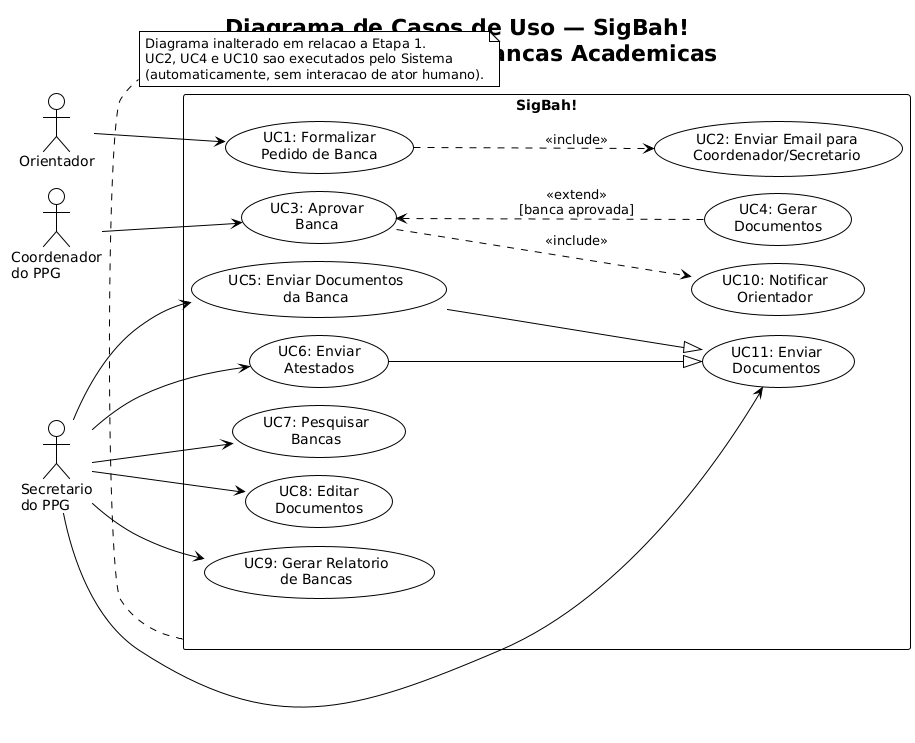
Before: documentation/images/use-case-diagram.png, a diagram exported from PlantUML (gabrielstoffel/eng_soft). Source of this version:
```plantuml
@startuml use-case-diagram
!pragma layout smetana
!theme plain
skinparam shadowing false

title Diagrama de Casos de Uso — SigBah!\nSistema de Gestao de Bancas Academicas

left to right direction

actor "Orientador" as orientador
actor "Coordenador\ndo PPG" as coordenador
actor "Secretario\ndo PPG" as secretario

rectangle "SigBah!" {

    usecase "UC1: Formalizar\nPedido de Banca" as UC1

    usecase "UC2: Enviar Email para\nCoordenador/Secretario" as UC2
    usecase "UC10: Notificar\nOrientador" as UC10
    usecase "UC4: Gerar\nDocumentos" as UC4

    usecase "UC3: Aprovar\nBanca" as UC3

    usecase "UC5: Enviar Documentos\nda Banca" as UC5
    usecase "UC6: Enviar\nAtestados" as UC6
    usecase "UC7: Pesquisar\nBancas" as UC7
    usecase "UC8: Editar\nDocumentos" as UC8
    usecase "UC9: Gerar Relatorio\nde Bancas" as UC9
    usecase "UC11: Enviar\nDocumentos" as UC11
}

orientador --> UC1

coordenador --> UC3

secretario --> UC5
secretario --> UC6
secretario --> UC7
secretario --> UC8
secretario --> UC9
secretario --> UC11


UC1 ..> UC2 : <<include>>
UC3 ..> UC10 : <<include>>

UC3 <.. UC4 : <<extend>>\n[banca aprovada]

UC5 --|> UC11
UC6 --|> UC11

note bottom of "SigBah!"
    Diagrama inalterado em relacao a Etapa 1.
    UC2, UC4 e UC10 sao executados pelo Sistema
    (automaticamente, sem interacao de ator humano).
end note

@enduml
```
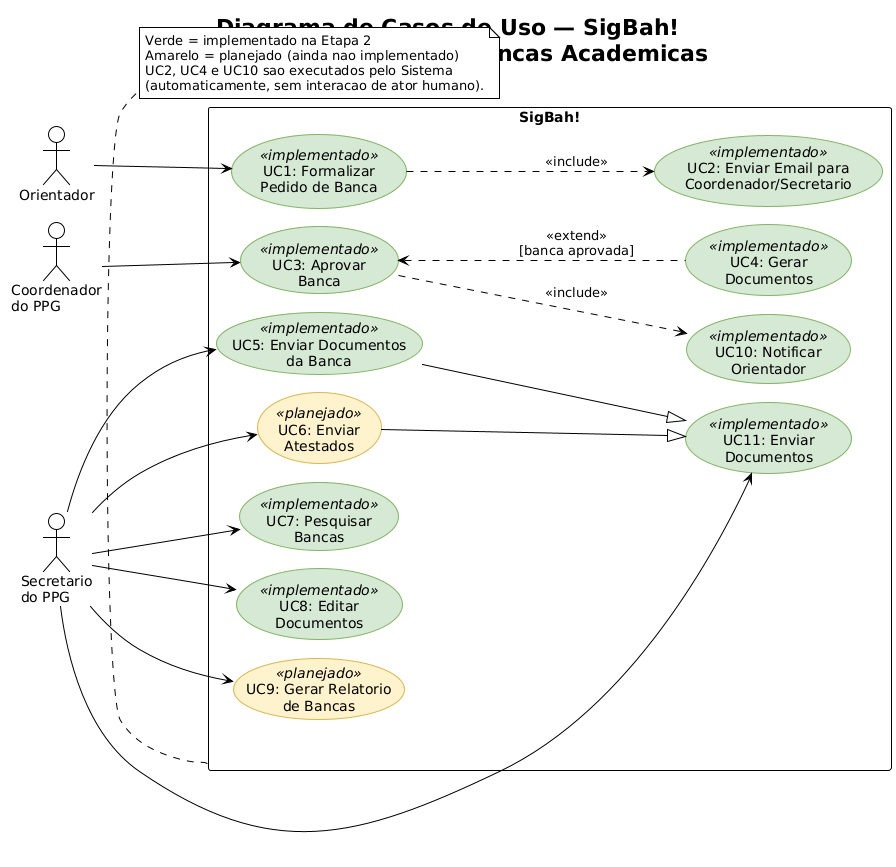
Above is the later version.

What changed in the source:
```diff
@@ -7,26 +7,33 @@
 
 left to right direction
 
+skinparam usecase {
+    BackgroundColor<<implementado>> #D5E8D4
+    BorderColor<<implementado>> #82B366
+    BackgroundColor<<planejado>> #FFF2CC
+    BorderColor<<planejado>> #D6B656
+}
+
 actor "Orientador" as orientador
 actor "Coordenador\ndo PPG" as coordenador
 actor "Secretario\ndo PPG" as secretario
 
 rectangle "SigBah!" {
 
-    usecase "UC1: Formalizar\nPedido de Banca" as UC1
+    usecase "UC1: Formalizar\nPedido de Banca" as UC1 <<implementado>>
 
-    usecase "UC2: Enviar Email para\nCoordenador/Secretario" as UC2
-    usecase "UC10: Notificar\nOrientador" as UC10
-    usecase "UC4: Gerar\nDocumentos" as UC4
+    usecase "UC2: Enviar Email para\nCoordenador/Secretario" as UC2 <<implementado>>
+    usecase "UC10: Notificar\nOrientador" as UC10 <<implementado>>
+    usecase "UC4: Gerar\nDocumentos" as UC4 <<implementado>>
 
-    usecase "UC3: Aprovar\nBanca" as UC3
+    usecase "UC3: Aprovar\nBanca" as UC3 <<implementado>>
 
-    usecase "UC5: Enviar Documentos\nda Banca" as UC5
-    usecase "UC6: Enviar\nAtestados" as UC6
-    usecase "UC7: Pesquisar\nBancas" as UC7
-    usecase "UC8: Editar\nDocumentos" as UC8
-    usecase "UC9: Gerar Relatorio\nde Bancas" as UC9
-    usecase "UC11: Enviar\nDocumentos" as UC11
+    usecase "UC5: Enviar Documentos\nda Banca" as UC5 <<implementado>>
+    usecase "UC6: Enviar\nAtestados" as UC6 <<planejado>>
+    usecase "UC7: Pesquisar\nBancas" as UC7 <<implementado>>
+    usecase "UC8: Editar\nDocumentos" as UC8 <<implementado>>
+    usecase "UC9: Gerar Relatorio\nde Bancas" as UC9 <<planejado>>
+    usecase "UC11: Enviar\nDocumentos" as UC11 <<implementado>>
 }
 
 orientador --> UC1
@@ -50,7 +57,8 @@
 UC6 --|> UC11
 
 note bottom of "SigBah!"
-    Diagrama inalterado em relacao a Etapa 1.
+    Verde = implementado na Etapa 2
+    Amarelo = planejado (ainda nao implementado)
     UC2, UC4 e UC10 sao executados pelo Sistema
     (automaticamente, sem interacao de ator humano).
 end note
```
